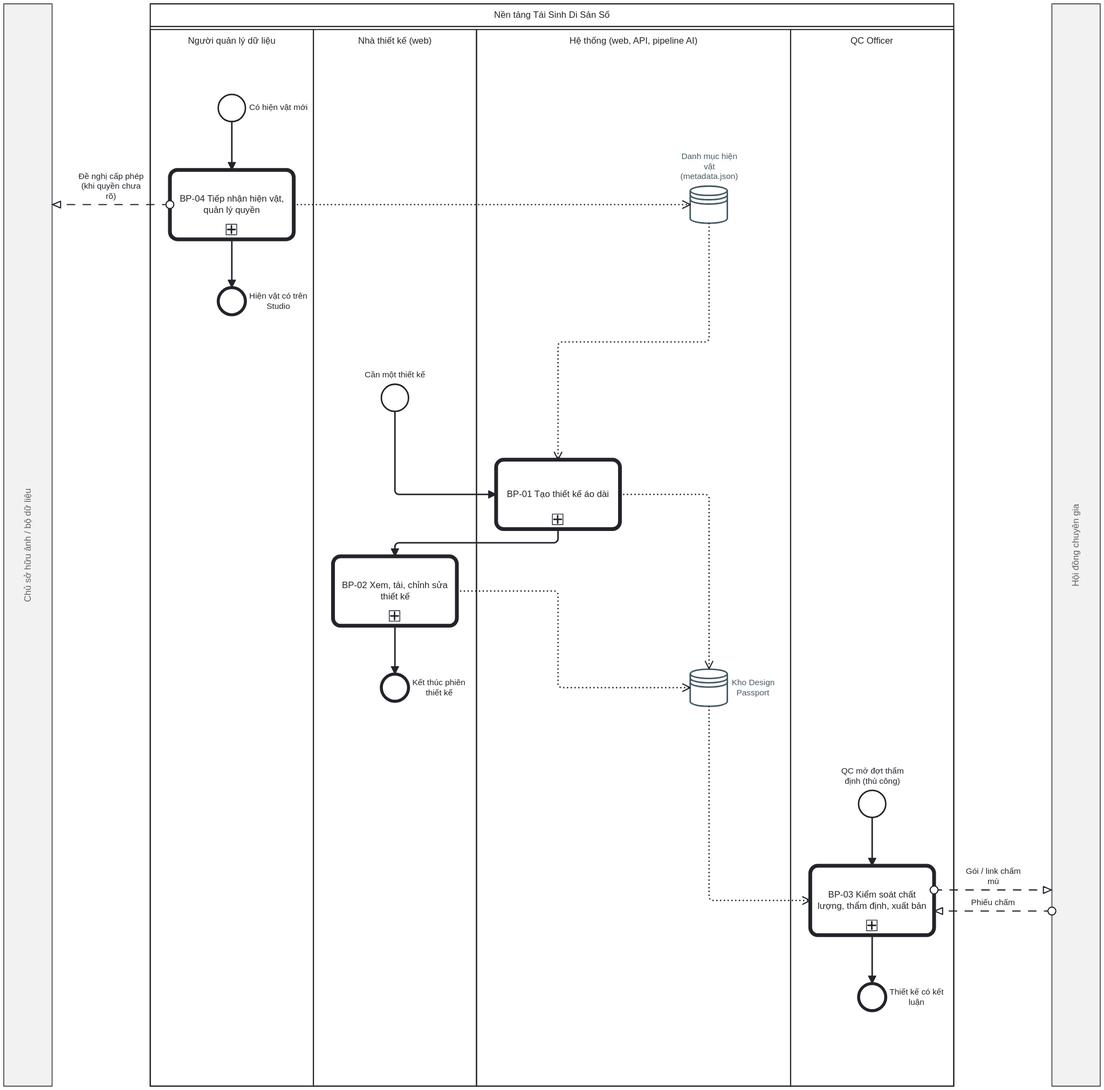
The BPMN diagram docs/business-analysis/diagrams/BP-00_ban-do-quy-trinh_AS-IS.svg in quoczai22/tai-sinh-di-san-so-ai, before a commit. Its source is kept beside it as docs/business-analysis/diagrams/BP-00_ban-do-quy-trinh_AS-IS.bpmn. Ids are renumbered. Source of this version:
```xml
<bpmn:definitions xmlns:bpmn="http://www.omg.org/spec/BPMN/20100524/MODEL" xmlns:bpmndi="http://www.omg.org/spec/BPMN/20100524/DI" xmlns:dc="http://www.omg.org/spec/DD/20100524/DC" xmlns:di="http://www.omg.org/spec/DD/20100524/DI" xmlns:xsi="http://www.w3.org/2001/XMLSchema-instance" xmlns:color="http://www.omg.org/spec/BPMN/non-normative/color/1.0" id="Defs_BP00_ASIS" targetNamespace="https://tai-sinh-di-san-so/bpmn/BP00_ASIS" exporter="tsds-ba-kit" exporterVersion="2.0">
  <bpmn:dataStore id="Store_DS_H" name="Danh mục hiện vật (metadata.json)" />
  <bpmn:dataStore id="Store_DS_P" name="Kho Design Passport" />
  <bpmn:collaboration id="Collab_BP00_ASIS">
    <bpmn:participant id="OWN" name="Chủ sở hữu ảnh / bộ dữ liệu" />
    <bpmn:participant id="P" name="Nền tảng Tái Sinh Di Sản Số" processRef="Proc_P" />
    <bpmn:participant id="EXP" name="Hội đồng chuyên gia" />
    <bpmn:messageFlow id="Msg_C4_OWN" name="Đề nghị cấp phép (khi quyền chưa rõ)" sourceRef="C4" targetRef="OWN" />
    <bpmn:messageFlow id="Msg_C3_EXP" name="Gói / link chấm mù" sourceRef="C3" targetRef="EXP" />
    <bpmn:messageFlow id="Msg_EXP_C3" name="Phiếu chấm" sourceRef="EXP" targetRef="C3" />
  </bpmn:collaboration>
  <bpmn:process id="Proc_P" name="Nền tảng Tái Sinh Di Sản Số" isExecutable="false">
    <bpmn:laneSet id="LaneSet_P">
      <bpmn:lane id="L_DATA" name="Người quản lý dữ liệu">
        <bpmn:flowNodeRef>S_D</bpmn:flowNodeRef>
        <bpmn:flowNodeRef>C4</bpmn:flowNodeRef>
        <bpmn:flowNodeRef>E_D</bpmn:flowNodeRef>
      </bpmn:lane>
      <bpmn:lane id="L_USR" name="Nhà thiết kế (web)">
        <bpmn:flowNodeRef>S_U</bpmn:flowNodeRef>
        <bpmn:flowNodeRef>C2</bpmn:flowNodeRef>
        <bpmn:flowNodeRef>E_U</bpmn:flowNodeRef>
      </bpmn:lane>
      <bpmn:lane id="L_SYS" name="Hệ thống (web, API, pipeline AI)">
        <bpmn:flowNodeRef>C1</bpmn:flowNodeRef>
      </bpmn:lane>
      <bpmn:lane id="L_QC" name="QC Officer">
        <bpmn:flowNodeRef>S_Q</bpmn:flowNodeRef>
        <bpmn:flowNodeRef>C3</bpmn:flowNodeRef>
        <bpmn:flowNodeRef>E_Q</bpmn:flowNodeRef>
      </bpmn:lane>
    </bpmn:laneSet>
    <bpmn:startEvent id="S_D" name="Có hiện vật mới">
      <bpmn:outgoing>Flow_S_D_C4</bpmn:outgoing>
    </bpmn:startEvent>
    <bpmn:callActivity id="C4" name="BP-04 Tiếp nhận hiện vật, quản lý quyền">
      <bpmn:incoming>Flow_S_D_C4</bpmn:incoming>
      <bpmn:outgoing>Flow_C4_E_D</bpmn:outgoing>
      <bpmn:dataOutputAssociation id="Data_C4_DS_H">
        <bpmn:targetRef>DS_H</bpmn:targetRef>
      </bpmn:dataOutputAssociation>
    </bpmn:callActivity>
    <bpmn:endEvent id="E_D" name="Hiện vật có trên Studio">
      <bpmn:incoming>Flow_C4_E_D</bpmn:incoming>
    </bpmn:endEvent>
    <bpmn:dataStoreReference id="DS_H" name="Danh mục hiện vật (metadata.json)" dataStoreRef="Store_DS_H" />
    <bpmn:startEvent id="S_U" name="Cần một thiết kế">
      <bpmn:outgoing>Flow_S_U_C1</bpmn:outgoing>
    </bpmn:startEvent>
    <bpmn:callActivity id="C1" name="BP-01 Tạo thiết kế áo dài">
      <bpmn:incoming>Flow_S_U_C1</bpmn:incoming>
      <bpmn:outgoing>Flow_C1_C2</bpmn:outgoing>
      <bpmn:property id="Prop_C1" name="__targetRef_placeholder" />
      <bpmn:dataInputAssociation id="Data_DS_H_C1">
        <bpmn:sourceRef>DS_H</bpmn:sourceRef>
        <bpmn:targetRef>Prop_C1</bpmn:targetRef>
      </bpmn:dataInputAssociation>
      <bpmn:dataOutputAssociation id="Data_C1_DS_P">
        <bpmn:targetRef>DS_P</bpmn:targetRef>
      </bpmn:dataOutputAssociation>
    </bpmn:callActivity>
    <bpmn:callActivity id="C2" name="BP-02 Xem, tải, chỉnh sửa thiết kế">
      <bpmn:incoming>Flow_C1_C2</bpmn:incoming>
      <bpmn:outgoing>Flow_C2_E_U</bpmn:outgoing>
      <bpmn:dataOutputAssociation id="Data_C2_DS_P">
        <bpmn:targetRef>DS_P</bpmn:targetRef>
      </bpmn:dataOutputAssociation>
    </bpmn:callActivity>
    <bpmn:endEvent id="E_U" name="Kết thúc phiên thiết kế">
      <bpmn:incoming>Flow_C2_E_U</bpmn:incoming>
    </bpmn:endEvent>
    <bpmn:dataStoreReference id="DS_P" name="Kho Design Passport" dataStoreRef="Store_DS_P" />
    <bpmn:startEvent id="S_Q" name="QC mở đợt thẩm định (thủ công)">
      <bpmn:outgoing>Flow_S_Q_C3</bpmn:outgoing>
    </bpmn:startEvent>
    <bpmn:callActivity id="C3" name="BP-03 Kiểm soát chất lượng, thẩm định, xuất bản">
      <bpmn:incoming>Flow_S_Q_C3</bpmn:incoming>
      <bpmn:outgoing>Flow_C3_E_Q</bpmn:outgoing>
      <bpmn:property id="Prop_C3" name="__targetRef_placeholder" />
      <bpmn:dataInputAssociation id="Data_DS_P_C3">
        <bpmn:sourceRef>DS_P</bpmn:sourceRef>
        <bpmn:targetRef>Prop_C3</bpmn:targetRef>
      </bpmn:dataInputAssociation>
    </bpmn:callActivity>
    <bpmn:endEvent id="E_Q" name="Thiết kế có kết luận">
      <bpmn:incoming>Flow_C3_E_Q</bpmn:incoming>
    </bpmn:endEvent>
    <bpmn:sequenceFlow id="Flow_S_D_C4" name="" sourceRef="S_D" targetRef="C4" />
    <bpmn:sequenceFlow id="Flow_C4_E_D" name="" sourceRef="C4" targetRef="E_D" />
    <bpmn:sequenceFlow id="Flow_S_U_C1" name="" sourceRef="S_U" targetRef="C1" />
    <bpmn:sequenceFlow id="Flow_C1_C2" name="" sourceRef="C1" targetRef="C2" />
    <bpmn:sequenceFlow id="Flow_C2_E_U" name="" sourceRef="C2" targetRef="E_U" />
    <bpmn:sequenceFlow id="Flow_S_Q_C3" name="" sourceRef="S_Q" targetRef="C3" />
    <bpmn:sequenceFlow id="Flow_C3_E_Q" name="" sourceRef="C3" targetRef="E_Q" />
  </bpmn:process>
  <bpmndi:BPMNDiagram id="Diagram_BP00_ASIS" name="BP-00 AS-IS — Bản đồ quy trình">
    <bpmndi:BPMNPlane id="Plane_BP00_ASIS" bpmnElement="Collab_BP00_ASIS">
      <bpmndi:BPMNShape id="OWN_di" bpmnElement="OWN" isHorizontal="false" color:background-color="#F2F2F2" color:border-color="#5F6368">
        <dc:Bounds x="20" y="20" width="64" height="1434" />
      </bpmndi:BPMNShape>
      <bpmndi:BPMNShape id="P_di" bpmnElement="P" isHorizontal="false">
        <dc:Bounds x="214" y="20" width="1064" height="1434" />
      </bpmndi:BPMNShape>
      <bpmndi:BPMNShape id="L_QC_di" bpmnElement="L_QC" isHorizontal="false">
        <dc:Bounds x="1062" y="54" width="216" height="1400" />
      </bpmndi:BPMNShape>
      <bpmndi:BPMNShape id="L_SYS_di" bpmnElement="L_SYS" isHorizontal="false">
        <dc:Bounds x="646" y="54" width="416" height="1400" />
      </bpmndi:BPMNShape>
      <bpmndi:BPMNShape id="L_USR_di" bpmnElement="L_USR" isHorizontal="false">
        <dc:Bounds x="430" y="54" width="216" height="1400" />
      </bpmndi:BPMNShape>
      <bpmndi:BPMNShape id="L_DATA_di" bpmnElement="L_DATA" isHorizontal="false">
        <dc:Bounds x="214" y="54" width="216" height="1400" />
      </bpmndi:BPMNShape>
      <bpmndi:BPMNShape id="S_D_di" bpmnElement="S_D">
        <dc:Bounds x="304" y="140" width="36" height="36" />
        <bpmndi:BPMNLabel>
          <dc:Bounds x="345" y="151" width="79" height="14" />
        </bpmndi:BPMNLabel>
      </bpmndi:BPMNShape>
      <bpmndi:BPMNShape id="C4_di" bpmnElement="C4">
        <dc:Bounds x="240" y="240" width="164" height="92" />
      </bpmndi:BPMNShape>
      <bpmndi:BPMNShape id="E_D_di" bpmnElement="E_D">
        <dc:Bounds x="304" y="396" width="36" height="36" />
        <bpmndi:BPMNLabel>
          <dc:Bounds x="345" y="401" width="78" height="27" />
        </bpmndi:BPMNLabel>
      </bpmndi:BPMNShape>
      <bpmndi:BPMNShape id="DS_H_di" bpmnElement="DS_H" color:background-color="#FFFFFF" color:border-color="#455A64">
        <dc:Bounds x="929" y="261" width="50" height="50" />
        <bpmndi:BPMNLabel>
          <dc:Bounds x="916" y="216" width="77" height="40" />
        </bpmndi:BPMNLabel>
      </bpmndi:BPMNShape>
      <bpmndi:BPMNShape id="S_U_di" bpmnElement="S_U">
        <dc:Bounds x="520" y="524" width="36" height="36" />
        <bpmndi:BPMNLabel>
          <dc:Bounds x="498" y="505" width="81" height="14" />
        </bpmndi:BPMNLabel>
      </bpmndi:BPMNShape>
      <bpmndi:BPMNShape id="C1_di" bpmnElement="C1">
        <dc:Bounds x="672" y="624" width="164" height="92" />
      </bpmndi:BPMNShape>
      <bpmndi:BPMNShape id="C2_di" bpmnElement="C2">
        <dc:Bounds x="456" y="752" width="164" height="92" />
      </bpmndi:BPMNShape>
      <bpmndi:BPMNShape id="E_U_di" bpmnElement="E_U">
        <dc:Bounds x="520" y="908" width="36" height="36" />
        <bpmndi:BPMNLabel>
          <dc:Bounds x="561" y="913" width="71" height="27" />
        </bpmndi:BPMNLabel>
      </bpmndi:BPMNShape>
      <bpmndi:BPMNShape id="DS_P_di" bpmnElement="DS_P" color:background-color="#FFFFFF" color:border-color="#455A64">
        <dc:Bounds x="929" y="901" width="50" height="50" />
        <bpmndi:BPMNLabel>
          <dc:Bounds x="984" y="913" width="57" height="27" />
        </bpmndi:BPMNLabel>
      </bpmndi:BPMNShape>
      <bpmndi:BPMNShape id="S_Q_di" bpmnElement="S_Q">
        <dc:Bounds x="1152" y="1062" width="36" height="36" />
        <bpmndi:BPMNLabel>
          <dc:Bounds x="1129" y="1030" width="83" height="27" />
        </bpmndi:BPMNLabel>
      </bpmndi:BPMNShape>
      <bpmndi:BPMNShape id="C3_di" bpmnElement="C3">
        <dc:Bounds x="1088" y="1162" width="164" height="92" />
      </bpmndi:BPMNShape>
      <bpmndi:BPMNShape id="E_Q_di" bpmnElement="E_Q">
        <dc:Bounds x="1152" y="1318" width="36" height="36" />
        <bpmndi:BPMNLabel>
          <dc:Bounds x="1193" y="1323" width="72" height="27" />
        </bpmndi:BPMNLabel>
      </bpmndi:BPMNShape>
      <bpmndi:BPMNEdge id="Flow_S_D_C4_di" bpmnElement="Flow_S_D_C4">
        <di:waypoint x="322" y="176" />
        <di:waypoint x="322" y="240" />
      </bpmndi:BPMNEdge>
      <bpmndi:BPMNEdge id="Flow_C4_E_D_di" bpmnElement="Flow_C4_E_D">
        <di:waypoint x="322" y="332" />
        <di:waypoint x="322" y="396" />
      </bpmndi:BPMNEdge>
      <bpmndi:BPMNEdge id="Flow_S_U_C1_di" bpmnElement="Flow_S_U_C1">
        <di:waypoint x="538" y="560" />
        <di:waypoint x="538" y="670" />
        <di:waypoint x="672" y="670" />
      </bpmndi:BPMNEdge>
      <bpmndi:BPMNEdge id="Flow_C1_C2_di" bpmnElement="Flow_C1_C2">
        <di:waypoint x="754" y="716" />
        <di:waypoint x="754" y="734" />
        <di:waypoint x="538" y="734" />
        <di:waypoint x="538" y="752" />
      </bpmndi:BPMNEdge>
      <bpmndi:BPMNEdge id="Flow_C2_E_U_di" bpmnElement="Flow_C2_E_U">
        <di:waypoint x="538" y="844" />
        <di:waypoint x="538" y="908" />
      </bpmndi:BPMNEdge>
      <bpmndi:BPMNEdge id="Flow_S_Q_C3_di" bpmnElement="Flow_S_Q_C3">
        <di:waypoint x="1170" y="1098" />
        <di:waypoint x="1170" y="1162" />
      </bpmndi:BPMNEdge>
      <bpmndi:BPMNEdge id="Flow_C3_E_Q_di" bpmnElement="Flow_C3_E_Q">
        <di:waypoint x="1170" y="1254" />
        <di:waypoint x="1170" y="1318" />
      </bpmndi:BPMNEdge>
      <bpmndi:BPMNShape id="EXP_di" bpmnElement="EXP" isHorizontal="false" color:background-color="#F2F2F2" color:border-color="#5F6368">
        <dc:Bounds x="1408" y="20" width="64" height="1434" />
      </bpmndi:BPMNShape>
      <bpmndi:BPMNEdge id="Data_C4_DS_H_di" bpmnElement="Data_C4_DS_H">
        <di:waypoint x="404" y="286" />
        <di:waypoint x="929" y="286" />
      </bpmndi:BPMNEdge>
      <bpmndi:BPMNEdge id="Data_DS_H_C1_di" bpmnElement="Data_DS_H_C1">
        <di:waypoint x="954" y="311" />
        <di:waypoint x="954" y="468" />
        <di:waypoint x="754" y="468" />
        <di:waypoint x="754" y="624" />
      </bpmndi:BPMNEdge>
      <bpmndi:BPMNEdge id="Data_C1_DS_P_di" bpmnElement="Data_C1_DS_P">
        <di:waypoint x="836" y="670" />
        <di:waypoint x="954" y="670" />
        <di:waypoint x="954" y="901" />
      </bpmndi:BPMNEdge>
      <bpmndi:BPMNEdge id="Data_C2_DS_P_di" bpmnElement="Data_C2_DS_P">
        <di:waypoint x="620" y="798" />
        <di:waypoint x="754" y="798" />
        <di:waypoint x="754" y="926" />
        <di:waypoint x="929" y="926" />
      </bpmndi:BPMNEdge>
      <bpmndi:BPMNEdge id="Data_DS_P_C3_di" bpmnElement="Data_DS_P_C3">
        <di:waypoint x="954" y="951" />
        <di:waypoint x="954" y="1208" />
        <di:waypoint x="1088" y="1208" />
      </bpmndi:BPMNEdge>
      <bpmndi:BPMNEdge id="Msg_C4_OWN_di" bpmnElement="Msg_C4_OWN">
        <di:waypoint x="240" y="286" />
        <di:waypoint x="84" y="286" />
        <bpmndi:BPMNLabel>
          <dc:Bounds x="119" y="242" width="87" height="40" />
        </bpmndi:BPMNLabel>
      </bpmndi:BPMNEdge>
      <bpmndi:BPMNEdge id="Msg_C3_EXP_di" bpmnElement="Msg_C3_EXP">
        <di:waypoint x="1252" y="1194" />
        <di:waypoint x="1408" y="1194" />
        <bpmndi:BPMNLabel>
          <dc:Bounds x="1294" y="1163" width="73" height="27" />
        </bpmndi:BPMNLabel>
      </bpmndi:BPMNEdge>
      <bpmndi:BPMNEdge id="Msg_EXP_C3_di" bpmnElement="Msg_EXP_C3">
        <di:waypoint x="1408" y="1222" />
        <di:waypoint x="1252" y="1222" />
        <bpmndi:BPMNLabel>
          <dc:Bounds x="1301" y="1204" width="59" height="14" />
        </bpmndi:BPMNLabel>
      </bpmndi:BPMNEdge>
    </bpmndi:BPMNPlane>
  </bpmndi:BPMNDiagram>
</bpmn:definitions>
```
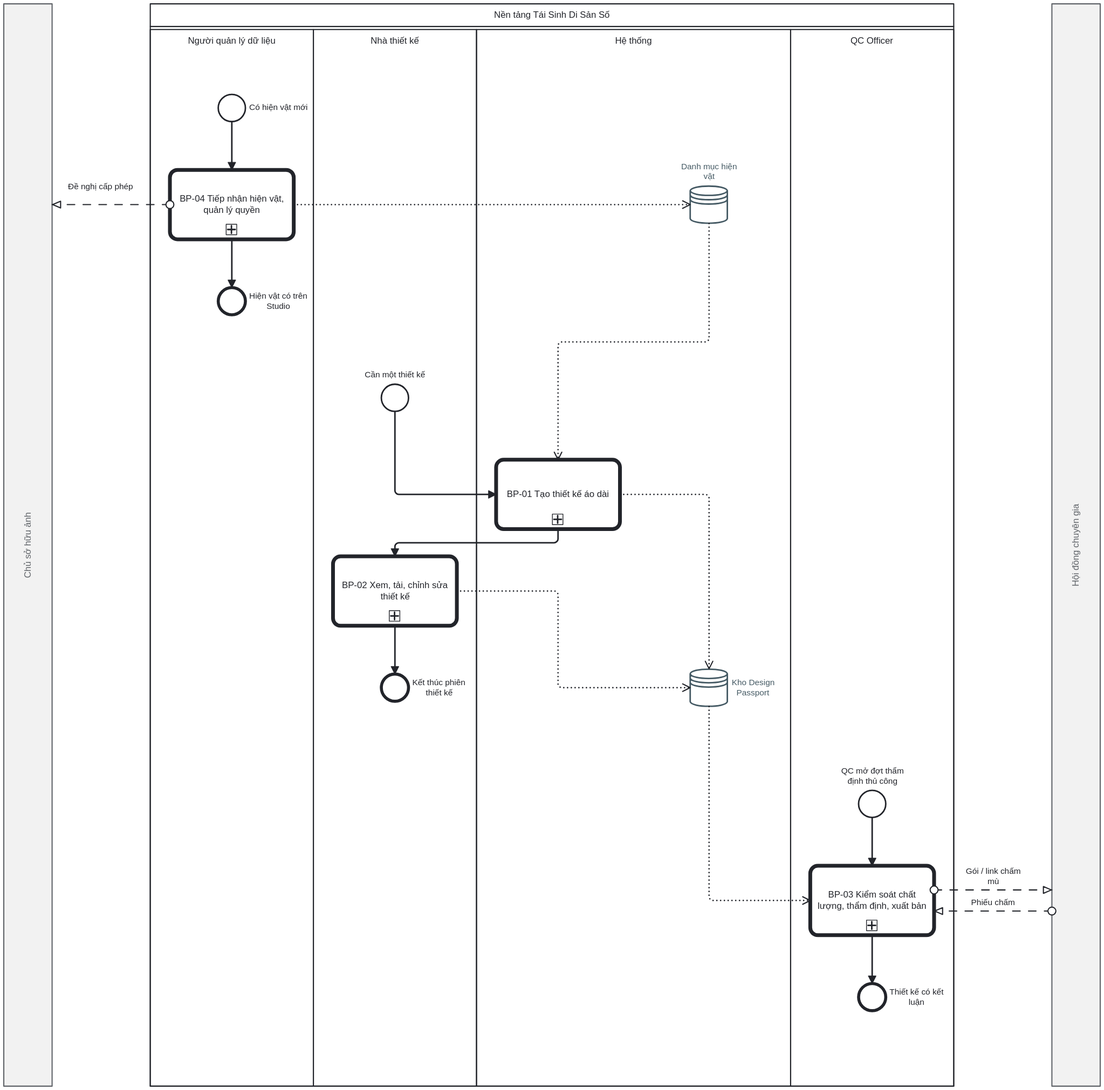
After the commit.

Diff of the diagram source:
```diff
@@ -1,11 +1,11 @@
 <bpmn:definitions xmlns:bpmn="http://www.omg.org/spec/BPMN/20100524/MODEL" xmlns:bpmndi="http://www.omg.org/spec/BPMN/20100524/DI" xmlns:dc="http://www.omg.org/spec/DD/20100524/DC" xmlns:di="http://www.omg.org/spec/DD/20100524/DI" xmlns:xsi="http://www.w3.org/2001/XMLSchema-instance" xmlns:color="http://www.omg.org/spec/BPMN/non-normative/color/1.0" id="Defs_BP00_ASIS" targetNamespace="https://tai-sinh-di-san-so/bpmn/BP00_ASIS" exporter="tsds-ba-kit" exporterVersion="2.0">
-  <bpmn:dataStore id="Store_DS_H" name="Danh mục hiện vật (metadata.json)" />
+  <bpmn:dataStore id="Store_DS_H" name="Danh mục hiện vật" />
   <bpmn:dataStore id="Store_DS_P" name="Kho Design Passport" />
   <bpmn:collaboration id="Collab_BP00_ASIS">
-    <bpmn:participant id="OWN" name="Chủ sở hữu ảnh / bộ dữ liệu" />
+    <bpmn:participant id="OWN" name="Chủ sở hữu ảnh" />
     <bpmn:participant id="P" name="Nền tảng Tái Sinh Di Sản Số" processRef="Proc_P" />
     <bpmn:participant id="EXP" name="Hội đồng chuyên gia" />
-    <bpmn:messageFlow id="Msg_C4_OWN" name="Đề nghị cấp phép (khi quyền chưa rõ)" sourceRef="C4" targetRef="OWN" />
+    <bpmn:messageFlow id="Msg_C4_OWN" name="Đề nghị cấp phép" sourceRef="C4" targetRef="OWN" />
     <bpmn:messageFlow id="Msg_C3_EXP" name="Gói / link chấm mù" sourceRef="C3" targetRef="EXP" />
     <bpmn:messageFlow id="Msg_EXP_C3" name="Phiếu chấm" sourceRef="EXP" targetRef="C3" />
   </bpmn:collaboration>
@@ -16,12 +16,12 @@
         <bpmn:flowNodeRef>C4</bpmn:flowNodeRef>
         <bpmn:flowNodeRef>E_D</bpmn:flowNodeRef>
       </bpmn:lane>
-      <bpmn:lane id="L_USR" name="Nhà thiết kế (web)">
+      <bpmn:lane id="L_USR" name="Nhà thiết kế">
         <bpmn:flowNodeRef>S_U</bpmn:flowNodeRef>
         <bpmn:flowNodeRef>C2</bpmn:flowNodeRef>
         <bpmn:flowNodeRef>E_U</bpmn:flowNodeRef>
       </bpmn:lane>
-      <bpmn:lane id="L_SYS" name="Hệ thống (web, API, pipeline AI)">
+      <bpmn:lane id="L_SYS" name="Hệ thống">
         <bpmn:flowNodeRef>C1</bpmn:flowNodeRef>
       </bpmn:lane>
       <bpmn:lane id="L_QC" name="QC Officer">
@@ -43,7 +43,7 @@
     <bpmn:endEvent id="E_D" name="Hiện vật có trên Studio">
       <bpmn:incoming>Flow_C4_E_D</bpmn:incoming>
     </bpmn:endEvent>
-    <bpmn:dataStoreReference id="DS_H" name="Danh mục hiện vật (metadata.json)" dataStoreRef="Store_DS_H" />
+    <bpmn:dataStoreReference id="DS_H" name="Danh mục hiện vật" dataStoreRef="Store_DS_H" />
     <bpmn:startEvent id="S_U" name="Cần một thiết kế">
       <bpmn:outgoing>Flow_S_U_C1</bpmn:outgoing>
     </bpmn:startEvent>
@@ -70,7 +70,7 @@
       <bpmn:incoming>Flow_C2_E_U</bpmn:incoming>
     </bpmn:endEvent>
     <bpmn:dataStoreReference id="DS_P" name="Kho Design Passport" dataStoreRef="Store_DS_P" />
-    <bpmn:startEvent id="S_Q" name="QC mở đợt thẩm định (thủ công)">
+    <bpmn:startEvent id="S_Q" name="QC mở đợt thẩm định thủ công">
       <bpmn:outgoing>Flow_S_Q_C3</bpmn:outgoing>
     </bpmn:startEvent>
     <bpmn:callActivity id="C3" name="BP-03 Kiểm soát chất lượng, thẩm định, xuất bản">
@@ -131,7 +131,7 @@
       <bpmndi:BPMNShape id="DS_H_di" bpmnElement="DS_H" color:background-color="#FFFFFF" color:border-color="#455A64">
         <dc:Bounds x="929" y="261" width="50" height="50" />
         <bpmndi:BPMNLabel>
-          <dc:Bounds x="916" y="216" width="77" height="40" />
+          <dc:Bounds x="917" y="229" width="74" height="27" />
         </bpmndi:BPMNLabel>
       </bpmndi:BPMNShape>
       <bpmndi:BPMNShape id="S_U_di" bpmnElement="S_U">
@@ -237,7 +237,7 @@
         <di:waypoint x="240" y="286" />
         <di:waypoint x="84" y="286" />
         <bpmndi:BPMNLabel>
-          <dc:Bounds x="119" y="242" width="87" height="40" />
+          <dc:Bounds x="96" y="256" width="104" height="28" />
         </bpmndi:BPMNLabel>
       </bpmndi:BPMNEdge>
       <bpmndi:BPMNEdge id="Msg_C3_EXP_di" bpmnElement="Msg_C3_EXP">
```
